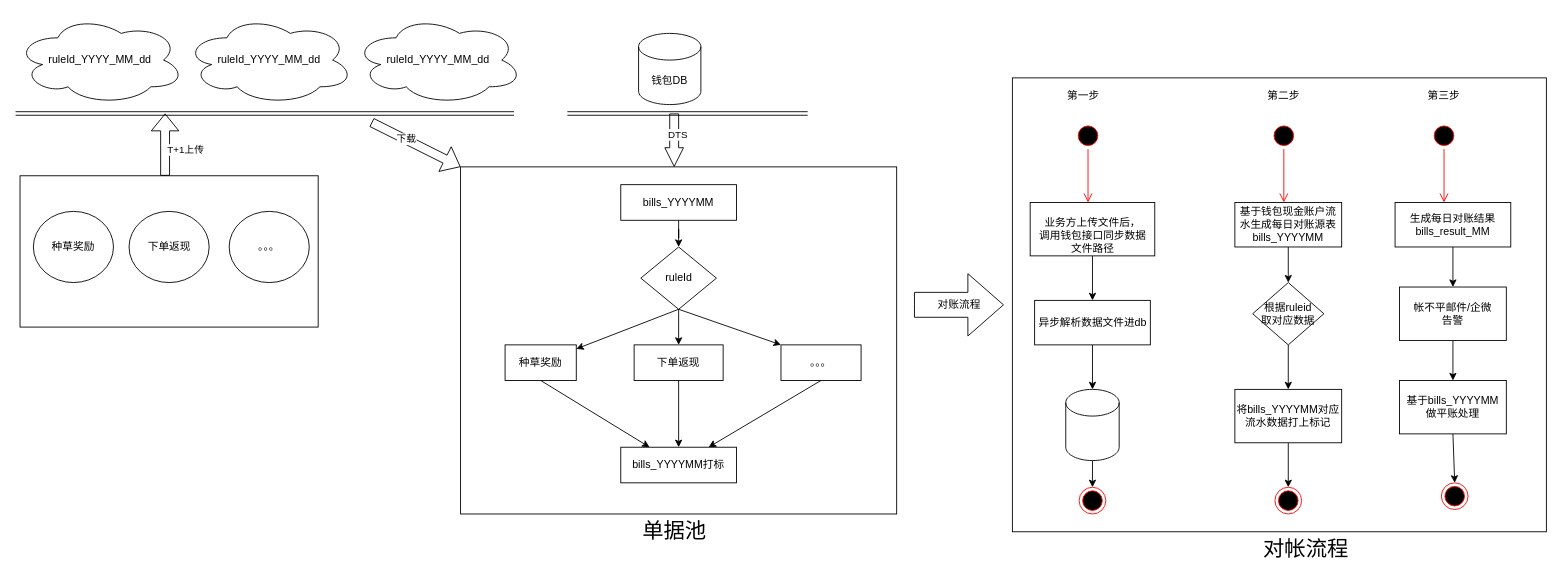
This is page "Page-10" (6 of 32) of Untitled Diagram.drawio from zengcrvip/basedemo, a draw.io file, before an edit. Source tidied: cells renumbered, new cells numbered last; positions are measured from the earlier drawing's top-left corner, leaving out a move shared by most shapes. Both pictures are drawn from the tidied source at 89%, with x=0, y=0 at pixel (15, 15).
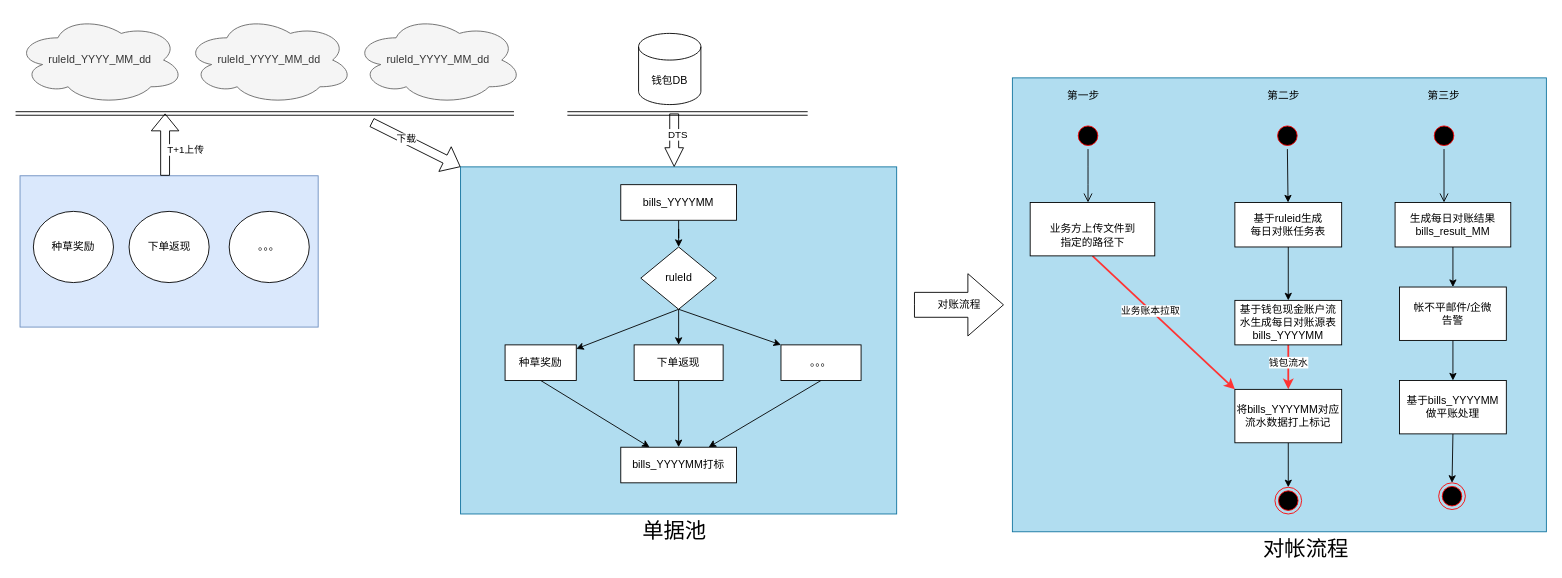
The same page after the edit.

Unchanged cells that the change refers to:
```xml
<mxCell id="36" style="ellipse;html=1;shape=startState;fillColor=#000000;strokeColor=#ff0000;" parent="1" vertex="1">
  <mxGeometry x="1190" y="120" width="30" height="30" as="geometry" />
</mxCell>
<mxCell id="49" value="将bills_YYYYMM对应流水数据打上标记" style="rounded=0;whiteSpace=wrap;html=1;" parent="1" vertex="1">
  <mxGeometry x="1370" y="420" width="120" height="60" as="geometry" />
</mxCell>
<mxCell id="52" style="ellipse;html=1;shape=startState;fillColor=#000000;strokeColor=#ff0000;" parent="1" vertex="1">
  <mxGeometry x="1590" y="120" width="30" height="30" as="geometry" />
</mxCell>
```

The edit, as a diff of the source:
```diff
@@
-    <mxCell id="2" style="rounded=0;whiteSpace=wrap;html=1;" parent="1" vertex="1">
+    <mxCell id="2" style="rounded=0;whiteSpace=wrap;html=1;fillColor=#b1ddf0;strokeColor=#10739e;" parent="1" vertex="1">
       <mxGeometry x="500" y="170" width="490" height="390" as="geometry" />
     </mxCell>
@@
-    <mxCell id="4" value="ruleId_YYYY_MM_dd" style="ellipse;shape=cloud;whiteSpace=wrap;html=1;" parent="1" vertex="1">
+    <mxCell id="4" value="ruleId_YYYY_MM_dd" style="ellipse;shape=cloud;whiteSpace=wrap;html=1;fillColor=#f5f5f5;fontColor=#333333;strokeColor=#666666;" parent="1" vertex="1">
       <mxGeometry width="190" height="100" as="geometry" />
     </mxCell>
-    <mxCell id="5" value="ruleId_YYYY_MM_dd" style="ellipse;shape=cloud;whiteSpace=wrap;html=1;" parent="1" vertex="1">
+    <mxCell id="5" value="ruleId_YYYY_MM_dd" style="ellipse;shape=cloud;whiteSpace=wrap;html=1;fillColor=#f5f5f5;fontColor=#333333;strokeColor=#666666;" parent="1" vertex="1">
       <mxGeometry x="190" width="190" height="100" as="geometry" />
     </mxCell>
-    <mxCell id="6" value="ruleId_YYYY_MM_dd" style="ellipse;shape=cloud;whiteSpace=wrap;html=1;" parent="1" vertex="1">
+    <mxCell id="6" value="ruleId_YYYY_MM_dd" style="ellipse;shape=cloud;whiteSpace=wrap;html=1;fillColor=#f5f5f5;fontColor=#333333;strokeColor=#666666;" parent="1" vertex="1">
       <mxGeometry x="380" width="190" height="100" as="geometry" />
     </mxCell>
-    <mxCell id="7" style="rounded=0;whiteSpace=wrap;html=1;" parent="1" vertex="1">
+    <mxCell id="7" style="rounded=0;whiteSpace=wrap;html=1;fillColor=#dae8fc;strokeColor=#6c8ebf;" parent="1" vertex="1">
       <mxGeometry x="5" y="180" width="335" height="170" as="geometry" />
     </mxCell>
@@
-    <mxCell id="32" style="rounded=0;whiteSpace=wrap;html=1;" parent="1" vertex="1">
+    <mxCell id="32" style="rounded=0;whiteSpace=wrap;html=1;fillColor=#b1ddf0;strokeColor=#10739e;" parent="1" vertex="1">
       <mxGeometry x="1120" y="70" width="600" height="510" as="geometry" />
     </mxCell>
@@
-    <mxCell id="34" style="edgeStyle=none;rounded=0;jettySize=auto;html=1;exitX=0.5;exitY=1;exitDx=0;exitDy=0;entryX=0.5;entryY=0;entryDx=0;entryDy=0;" parent="1" edge="1" source="35" target="47">
-      <mxGeometry relative="1" as="geometry" />
-    </mxCell>
+    <mxCell id="66" style="edgeStyle=none;rounded=0;jettySize=auto;html=1;exitX=0.5;exitY=1;exitDx=0;exitDy=0;fontColor=#000000;strokeColor=#FF3333;strokeWidth=2;" parent="1" edge="1" source="35" target="49">
+      <mxGeometry relative="1" as="geometry" />
+    </mxCell>
+    <mxCell id="67" value="钱包流水" style="edgeLabel;html=1;align=center;verticalAlign=middle;fontColor=#000000;" parent="66" vertex="1">
+      <mxGeometry x="-0.24" y="-1" relative="1" as="geometry" />
+    </mxCell>
     <mxCell id="35" value="基于钱包现金账户流水生成每日对账源表bills_YYYYMM" style="rounded=0;whiteSpace=wrap;html=1;" parent="1" vertex="1">
-      <mxGeometry x="1370" y="210" width="120" height="50" as="geometry" />
+      <mxGeometry x="1370" y="320" width="120" height="50" as="geometry" />
     </mxCell>
@@
-    <mxCell id="37" style="edgeStyle=orthogonalEdgeStyle;html=1;verticalAlign=bottom;endArrow=open;endSize=8;strokeColor=#ff0000;" parent="1" edge="1" source="36">
+    <mxCell id="37" style="edgeStyle=orthogonalEdgeStyle;html=1;verticalAlign=bottom;endArrow=open;endSize=8;strokeColor=#000000;" parent="1" edge="1" source="36">
       <mxGeometry relative="1" as="geometry">
         <mxPoint x="1205" y="210" as="targetPoint" />
       </mxGeometry>
     </mxCell>
-    <mxCell id="38" style="edgeStyle=none;rounded=0;jettySize=auto;html=1;exitX=0.5;exitY=1;exitDx=0;exitDy=0;" parent="1" edge="1" source="39" target="43">
-      <mxGeometry relative="1" as="geometry" />
-    </mxCell>
+    <mxCell id="68" style="edgeStyle=none;rounded=0;jettySize=auto;html=1;exitX=0.5;exitY=1;exitDx=0;exitDy=0;entryX=0;entryY=0;entryDx=0;entryDy=0;fontColor=#000000;strokeColor=#FF3333;strokeWidth=2;" parent="1" edge="1" source="39" target="49">
+      <mxGeometry relative="1" as="geometry" />
+    </mxCell>
+    <mxCell id="69" value="业务账本拉取" style="edgeLabel;html=1;align=center;verticalAlign=middle;fontColor=#000000;" parent="68" vertex="1">
+      <mxGeometry x="-0.19" y="-1" relative="1" as="geometry" />
+    </mxCell>
-    <mxCell id="39" value="&lt;span&gt;&lt;br&gt;业务方上传文件后，&lt;br&gt;调用钱包接口同步数据&lt;br&gt;文件路径&lt;/span&gt;" style="html=1;" parent="1" vertex="1">
+    <mxCell id="39" value="&lt;span&gt;&lt;br&gt;业务方上传文件到&lt;br&gt;指定的路径下&lt;br&gt;&lt;/span&gt;" style="html=1;" parent="1" vertex="1">
       <mxGeometry x="1140" y="210" width="140" height="60" as="geometry" />
     </mxCell>
+    <mxCell id="70" style="edgeStyle=none;rounded=0;jettySize=auto;html=1;fontColor=#000000;strokeColor=#000000;strokeWidth=1;" parent="1" edge="1" source="40" target="72">
+      <mxGeometry relative="1" as="geometry" />
+    </mxCell>
     <mxCell id="40" style="ellipse;html=1;shape=startState;fillColor=#000000;strokeColor=#ff0000;" parent="1" vertex="1">
-      <mxGeometry x="1410" y="120" width="30" height="30" as="geometry" />
+      <mxGeometry x="1414" y="120" width="30" height="30" as="geometry" />
     </mxCell>
-    <mxCell id="41" style="edgeStyle=orthogonalEdgeStyle;html=1;verticalAlign=bottom;endArrow=open;endSize=8;strokeColor=#ff0000;" parent="1" edge="1" source="40">
-      <mxGeometry relative="1" as="geometry">
-        <mxPoint x="1425" y="210" as="targetPoint" />
-        <Array as="points">
-          <mxPoint x="1430" y="150" />
-          <mxPoint x="1430" y="150" />
-        </Array>
-      </mxGeometry>
-    </mxCell>
-    <mxCell id="42" style="edgeStyle=none;rounded=0;jettySize=auto;html=1;exitX=0.5;exitY=1;exitDx=0;exitDy=0;" parent="1" edge="1" source="43" target="45">
-      <mxGeometry relative="1" as="geometry" />
-    </mxCell>
-    <mxCell id="43" value="异步解析数据文件进db" style="html=1;" parent="1" vertex="1">
-      <mxGeometry x="1145" y="320" width="130" height="50" as="geometry" />
-    </mxCell>
-    <mxCell id="44" style="edgeStyle=none;rounded=0;jettySize=auto;html=1;exitX=0.5;exitY=1;exitDx=0;exitDy=0;exitPerimeter=0;entryX=0.5;entryY=0;entryDx=0;entryDy=0;" parent="1" edge="1" source="45" target="57">
-      <mxGeometry relative="1" as="geometry" />
-    </mxCell>
-    <mxCell id="45" style="shape=cylinder3;whiteSpace=wrap;html=1;boundedLbl=1;backgroundOutline=1;size=15;" parent="1" vertex="1">
-      <mxGeometry x="1180" y="420" width="60" height="80" as="geometry" />
-    </mxCell>
-    <mxCell id="46" style="edgeStyle=none;rounded=0;jettySize=auto;html=1;exitX=0.5;exitY=1;exitDx=0;exitDy=0;entryX=0.5;entryY=0;entryDx=0;entryDy=0;" parent="1" edge="1" source="47" target="49">
-      <mxGeometry relative="1" as="geometry" />
-    </mxCell>
-    <mxCell id="47" value="根据ruleid&lt;br&gt;取对应数据" style="rhombus;whiteSpace=wrap;html=1;" parent="1" vertex="1">
-      <mxGeometry x="1390" y="300" width="80" height="70" as="geometry" />
-    </mxCell>
@@
-    <mxCell id="53" style="edgeStyle=orthogonalEdgeStyle;html=1;verticalAlign=bottom;endArrow=open;endSize=8;strokeColor=#ff0000;" parent="1" edge="1" source="52">
+    <mxCell id="53" style="edgeStyle=orthogonalEdgeStyle;html=1;verticalAlign=bottom;endArrow=open;endSize=8;strokeColor=#000000;" parent="1" edge="1" source="52">
       <mxGeometry relative="1" as="geometry">
         <mxPoint x="1605" y="210" as="targetPoint" />
         <Array as="points">
           <mxPoint x="1610" y="150" />
           <mxPoint x="1610" y="150" />
         </Array>
       </mxGeometry>
     </mxCell>
@@
-    <mxCell id="57" style="ellipse;html=1;shape=endState;fillColor=#000000;strokeColor=#ff0000;" parent="1" vertex="1">
-      <mxGeometry x="1195" y="530" width="30" height="30" as="geometry" />
-    </mxCell>
@@
     <mxCell id="59" style="ellipse;html=1;shape=endState;fillColor=#000000;strokeColor=#ff0000;" parent="1" vertex="1">
-      <mxGeometry x="1602" y="525" width="30" height="30" as="geometry" />
+      <mxGeometry x="1599" y="525" width="30" height="30" as="geometry" />
     </mxCell>
@@
+    <mxCell id="71" style="edgeStyle=none;rounded=0;jettySize=auto;html=1;exitX=0.5;exitY=1;exitDx=0;exitDy=0;fontColor=#000000;strokeColor=#000000;strokeWidth=1;" parent="1" edge="1" source="72" target="35">
+      <mxGeometry relative="1" as="geometry" />
+    </mxCell>
+    <mxCell id="72" value="基于ruleid生成&lt;br&gt;每日对账任务表" style="rounded=0;whiteSpace=wrap;html=1;" parent="1" vertex="1">
+      <mxGeometry x="1370" y="210" width="120" height="50" as="geometry" />
+    </mxCell>
```
